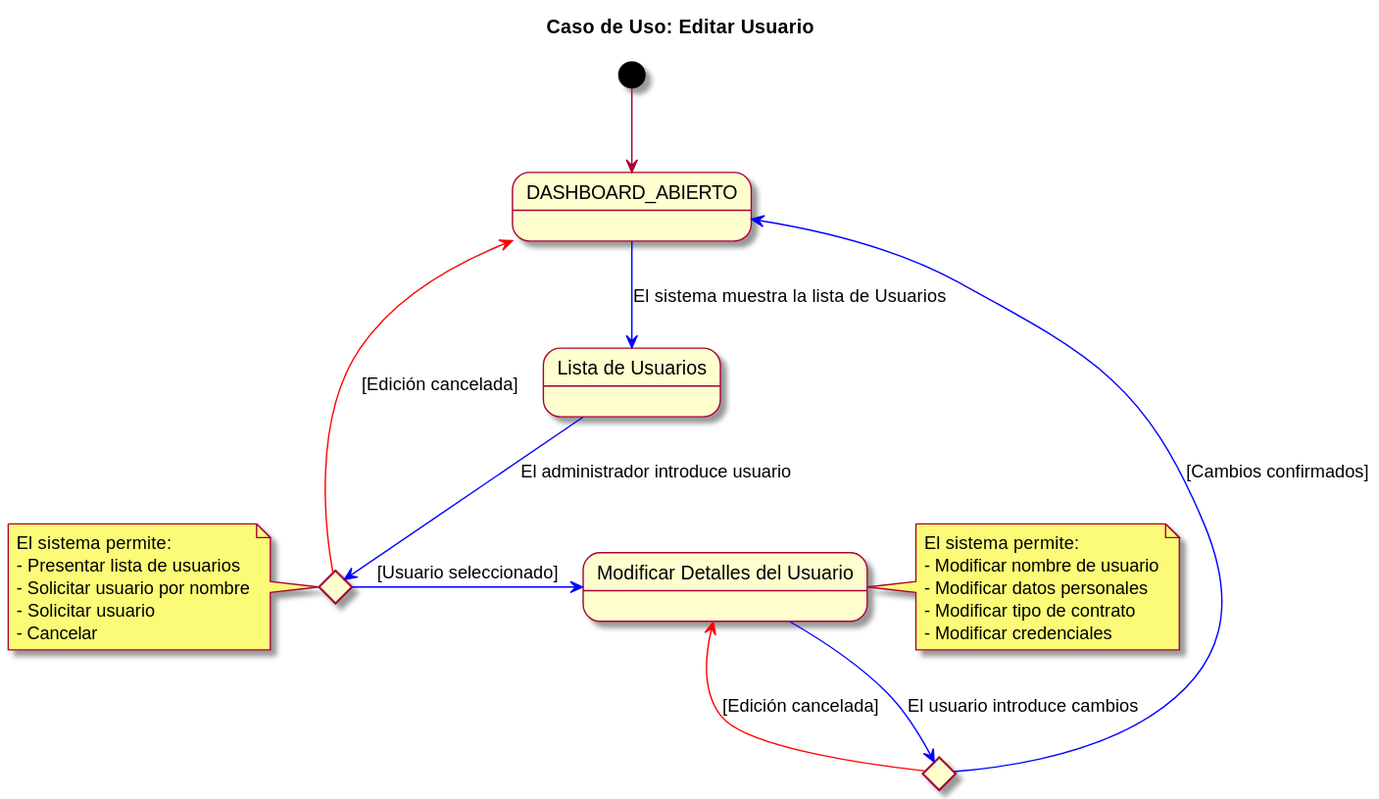
Above: imagenes/casosDeUso/detalles/editarUsuario.svg in mmasias/23-24-IdSw1-SDR (PlantUML), before the change.
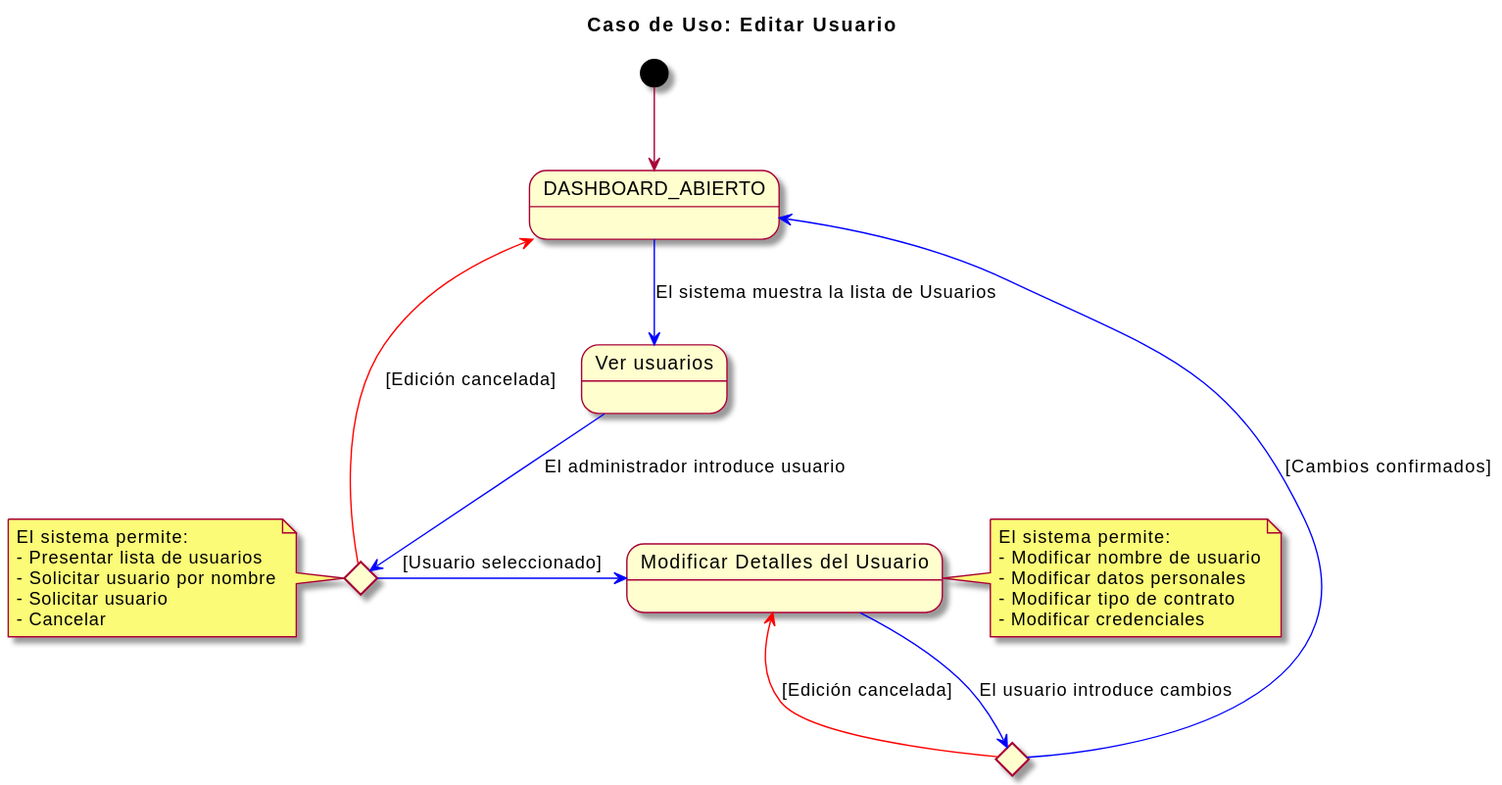
Later version of the same file.

Commit message:
modificar casos de uso crear,editar,y eliminar usuarios y eliminar desplegables del README de casos de uso

Change to the diagram source:
```diff
@@ -3,7 +3,7 @@
 title Caso de Uso: Editar Usuario
 
 state DASHBOARD_ABIERTO as "DASHBOARD_ABIERTO"
-state ListaUsuarios as "Lista de Usuarios"
+state ListaUsuarios as "Ver usuarios"
 state SeleccionarUsuario <<choice>>
 state ModificarDetallesUsuario as "Modificar Detalles del Usuario"
 state ConfirmarCambios <<choice>>
@@ -32,6 +32,4 @@
   - Solicitar usuario
   - Cancelar
 end note
-
-
 @enduml
```
